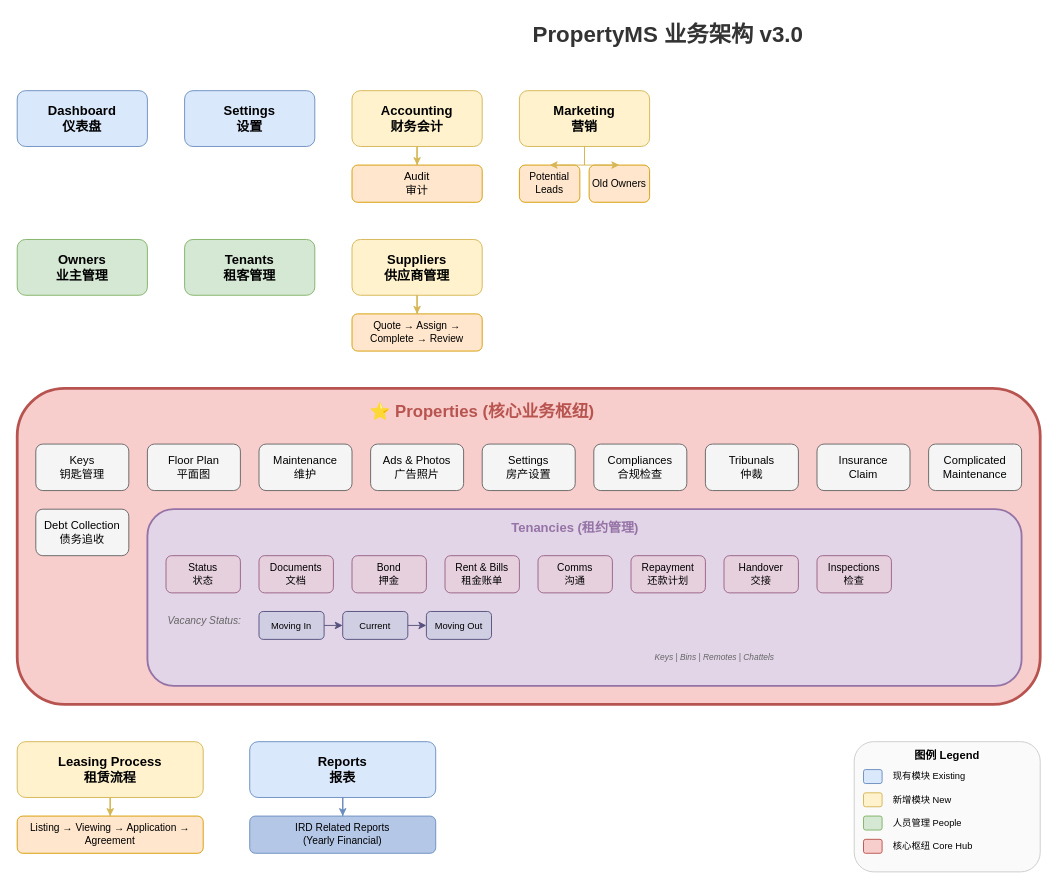
Before: docs/diagrams/01-main-architecture.drawio in MyReferRepos/propertyms, a draw.io diagram. Source tidied: cells renumbered, new cells numbered last; positions are measured from the earlier drawing's top-left corner, leaving out a move shared by most shapes. Both pictures are drawn from the tidied source at 93%, with x=0, y=0 at pixel (17, 16).
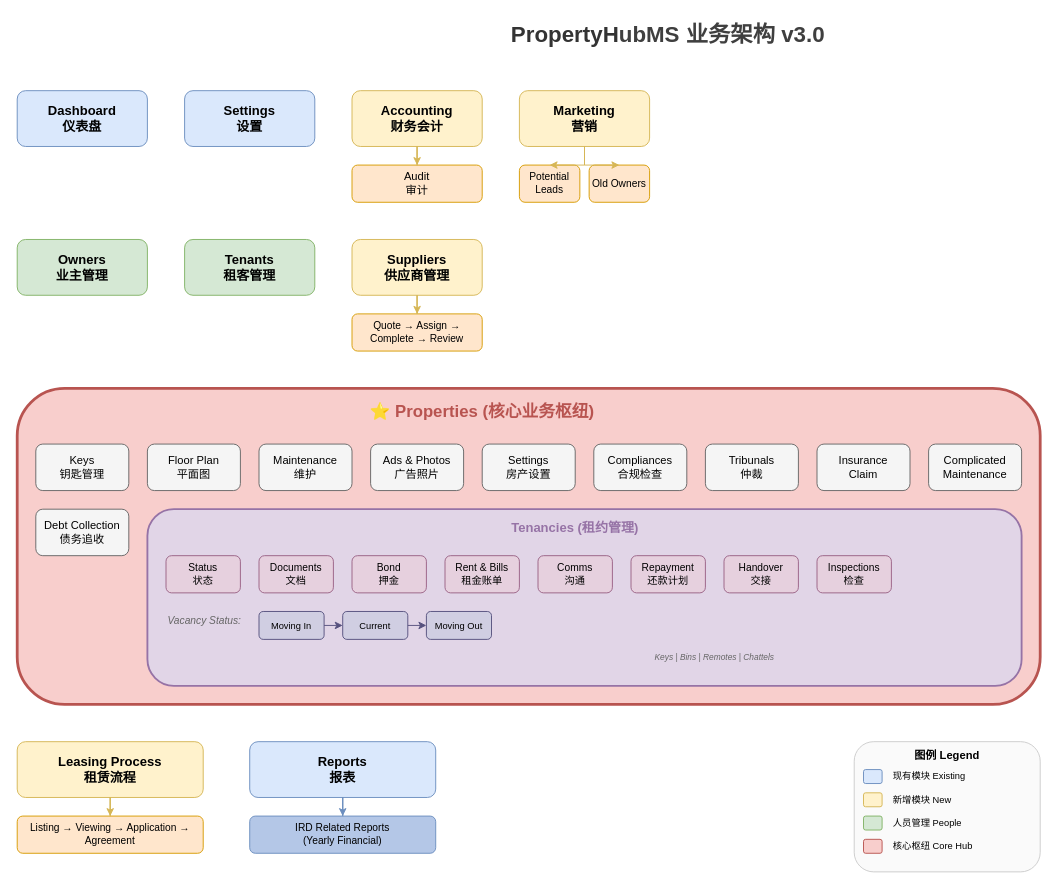
Above is the later version.

Diff of the diagram source:
```diff
@@
-    <mxCell id="2" value="PropertyMS 业务架构 v3.0" style="text;html=1;strokeColor=none;fillColor=none;align=center;verticalAlign=middle;whiteSpace=wrap;rounded=0;fontSize=24;fontStyle=1;fontColor=#333333;" parent="1" vertex="1">
+    <mxCell id="2" value="PropertyH&lt;span style=&quot;color: rgb(63, 63, 63); background-color: transparent;&quot;&gt;ubMS 业务架构 v3.0&lt;/span&gt;" style="text;html=1;strokeColor=none;fillColor=none;align=center;verticalAlign=middle;whiteSpace=wrap;rounded=0;fontSize=24;fontStyle=1;fontColor=#333333;" parent="1" vertex="1">
       <mxGeometry x="500" width="400" height="40" as="geometry" />
     </mxCell>
```
